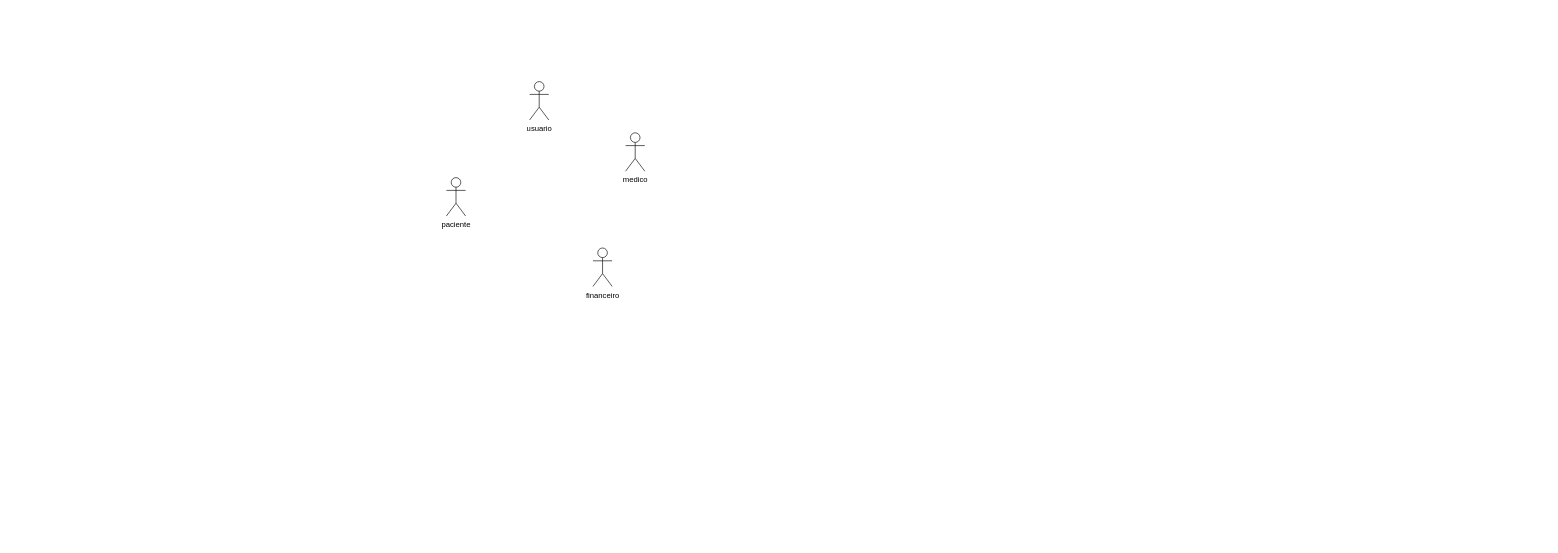
Before: Diagrama sem nome.drawio in eCsmDv/eduardomarques, a draw.io diagram. Source tidied: cells renumbered, new cells numbered last; positions are measured from the earlier drawing's top-left corner, leaving out a move shared by most shapes. Both pictures are drawn from the tidied source at 64%, with x=0, y=0 at pixel (446, 81).
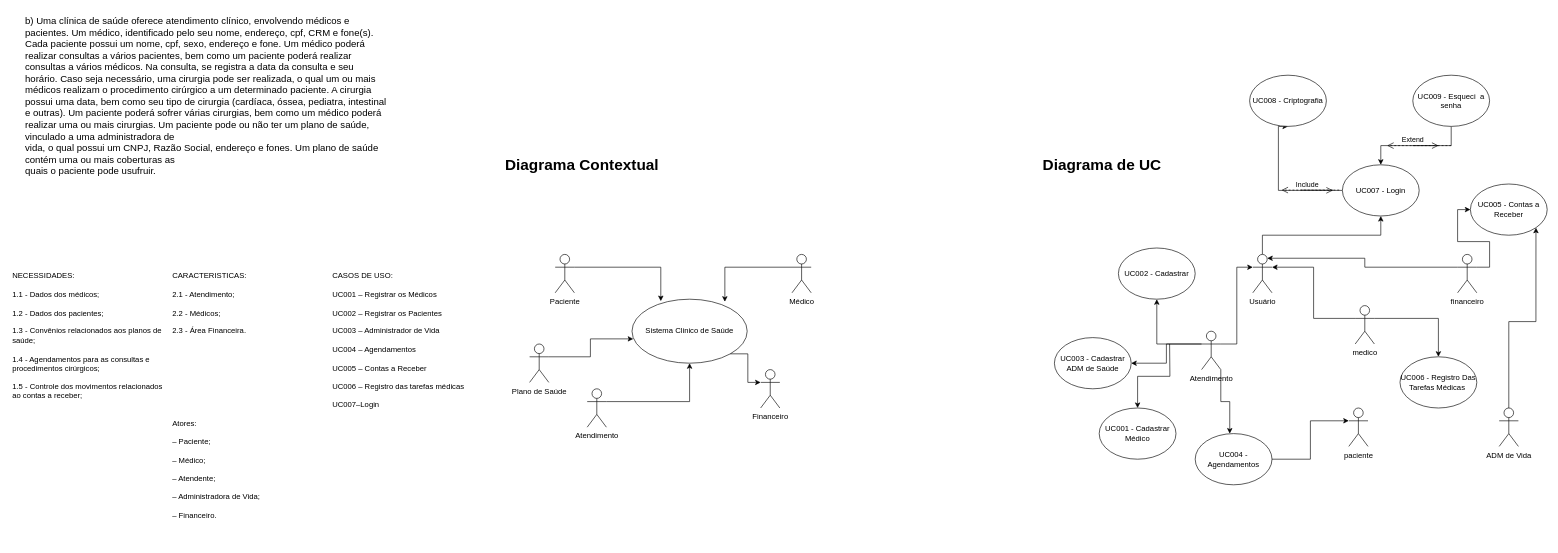
Above is the later version.

Change to the diagram source:
```diff
@@
+    <mxCell id="6" style="edgeStyle=orthogonalEdgeStyle;rounded=0;jettySize=auto;html=1;exitX=0.5;exitY=0;exitDx=0;exitDy=0;exitPerimeter=0;entryX=0.5;entryY=1;entryDx=0;entryDy=0;" parent="1" edge="1" source="2" target="17">
+      <mxGeometry relative="1" as="geometry" />
+    </mxCell>
-    <mxCell id="2" value="usuario" style="shape=umlActor;verticalLabelPosition=bottom;verticalAlign=top;html=1;outlineConnect=0;" parent="1" vertex="1">
-      <mxGeometry x="130" width="30" height="60" as="geometry" />
+    <mxCell id="2" value="Usuário&lt;div&gt;&lt;br&gt;&lt;/div&gt;" style="shape=umlActor;verticalLabelPosition=bottom;verticalAlign=top;html=1;outlineConnect=0;" parent="1" vertex="1">
+      <mxGeometry x="1260" y="270" width="30" height="60" as="geometry" />
     </mxCell>
+    <mxCell id="7" style="edgeStyle=orthogonalEdgeStyle;rounded=0;jettySize=auto;html=1;exitX=1;exitY=0.3333333333333333;exitDx=0;exitDy=0;exitPerimeter=0;" parent="1" edge="1" source="3" target="38">
+      <mxGeometry relative="1" as="geometry" />
+    </mxCell>
     <mxCell id="3" value="medico&lt;div&gt;&lt;br&gt;&lt;/div&gt;" style="shape=umlActor;verticalLabelPosition=bottom;verticalAlign=top;html=1;outlineConnect=0;" parent="1" vertex="1">
-      <mxGeometry x="280" y="80" width="30" height="60" as="geometry" />
+      <mxGeometry x="1420" y="350" width="30" height="60" as="geometry" />
     </mxCell>
     <mxCell id="4" value="paciente&lt;div&gt;&lt;br&gt;&lt;/div&gt;&lt;div&gt;&lt;br&gt;&lt;/div&gt;" style="shape=umlActor;verticalLabelPosition=bottom;verticalAlign=top;html=1;outlineConnect=0;" parent="1" vertex="1">
-      <mxGeometry y="150" width="30" height="60" as="geometry" />
+      <mxGeometry x="1410" y="510" width="30" height="60" as="geometry" />
     </mxCell>
+    <mxCell id="8" style="edgeStyle=orthogonalEdgeStyle;rounded=0;jettySize=auto;html=1;exitX=1;exitY=0.3333333333333333;exitDx=0;exitDy=0;exitPerimeter=0;entryX=0;entryY=0.5;entryDx=0;entryDy=0;" parent="1" edge="1" source="5" target="39">
+      <mxGeometry relative="1" as="geometry" />
+    </mxCell>
     <mxCell id="5" value="financeiro&lt;div&gt;&lt;br&gt;&lt;/div&gt;" style="shape=umlActor;verticalLabelPosition=bottom;verticalAlign=top;html=1;outlineConnect=0;" parent="1" vertex="1">
-      <mxGeometry x="229" y="260" width="30" height="60" as="geometry" />
+      <mxGeometry x="1580" y="270" width="30" height="60" as="geometry" />
     </mxCell>
+    <mxCell id="9" value="&lt;font style=&quot;font-size: 15px;&quot;&gt;b) Uma clínica de saúde oferece atendimento clínico, envolvendo médicos e&lt;br&gt;pacientes. Um médico, identificado pelo seu nome, endereço, cpf, CRM e fone(s).&lt;br&gt;Cada paciente possui um nome, cpf, sexo, endereço e fone. Um médico poderá&lt;br&gt;realizar consultas a vários pacientes, bem como um paciente poderá realizar&lt;br&gt;consultas a vários médicos. Na consulta, se registra a data da consulta e seu&lt;br&gt;horário. Caso seja necessário, uma cirurgia pode ser realizada, o qual um ou mais&lt;br&gt;médicos realizam o procedimento cirúrgico a um determinado paciente. A cirurgia&lt;br&gt;possui uma data, bem como seu tipo de cirurgia (cardíaca, óssea, pediatra, intestinal&lt;br&gt;e outras). Um paciente poderá sofrer várias cirurgias, bem como um médico poderá&lt;br&gt;realizar uma ou mais cirurgias. Um paciente pode ou não ter um plano de saúde, vinculado a uma administradora de&lt;br&gt;vida, o qual possui um CNPJ, Razão Social, endereço e fones. Um plano de saúde contém uma ou mais coberturas as&lt;br&gt;quais o paciente pode usufruir.&lt;/font&gt;" style="text;whiteSpace=wrap;html=1;" parent="1" vertex="1">
+      <mxGeometry x="-660" y="-110" width="604" height="280" as="geometry" />
+    </mxCell>
+    <mxCell id="10" value="&lt;div&gt;CASOS DE USO:&lt;/div&gt;&lt;div&gt;&lt;br&gt;&lt;/div&gt;UC001 – Registrar os Médicos&lt;div&gt;&lt;br&gt;UC002 – Registrar os Pacientes&lt;/div&gt;&lt;div&gt;&lt;br&gt;UC003 – Administrador de Vida&lt;/div&gt;&lt;div&gt;&lt;br&gt;&lt;/div&gt;&lt;div&gt;UC004 – Agendamentos&lt;/div&gt;&lt;div&gt;&lt;br&gt;&lt;/div&gt;&lt;div&gt;UC005 – Contas a Receber&lt;div&gt;&lt;br&gt;&lt;div&gt;UC006 – Registro das tarefas médicas&lt;/div&gt;&lt;div&gt;&lt;span style=&quot;background-color: initial;&quot;&gt;&lt;br&gt;&lt;/span&gt;&lt;/div&gt;&lt;div&gt;&lt;span style=&quot;background-color: initial;&quot;&gt;UC007–Login&lt;/span&gt;&lt;/div&gt;&lt;div&gt;&lt;br&gt;&lt;/div&gt;&lt;/div&gt;&lt;/div&gt;&lt;div&gt;&lt;br&gt;&lt;/div&gt;" style="text;whiteSpace=wrap;html=1;" parent="1" vertex="1">
+      <mxGeometry x="-180" y="290" width="230" height="240" as="geometry" />
+    </mxCell>
+    <mxCell id="11" value="&lt;div&gt;CARACTERISTICAS:&lt;/div&gt;&lt;div&gt;&lt;br&gt;&lt;/div&gt;2.1 - Atendimento;&lt;div&gt;&lt;br&gt;&lt;div&gt;2.2 - Médicos;&lt;/div&gt;&lt;div&gt;&lt;br&gt;&lt;/div&gt;&lt;div&gt;2.3 - Área Financeira.&lt;/div&gt;&lt;/div&gt;" style="text;whiteSpace=wrap;html=1;" parent="1" vertex="1">
+      <mxGeometry x="-430" y="290" width="240" height="230" as="geometry" />
+    </mxCell>
+    <mxCell id="12" value="&lt;div&gt;NECESSIDADES:&lt;/div&gt;&lt;div&gt;&lt;br&gt;&lt;/div&gt;1.1 - Dados dos médicos;&amp;nbsp;&lt;div&gt;&amp;nbsp;&lt;div&gt;1.2 - Dados dos pacientes;&lt;/div&gt;&lt;div&gt;&lt;br&gt;&lt;/div&gt;&lt;div&gt;1.3 - Convênios relacionados aos planos de saúde;&lt;/div&gt;&lt;div&gt;&amp;nbsp;&lt;/div&gt;&lt;div&gt;1.4 - Agendamentos para as consultas e procedimentos cirúrgicos;&lt;/div&gt;&lt;div&gt;&lt;br&gt;&lt;/div&gt;&lt;div&gt;1.5 - Controle dos movimentos relacionados ao contas a receber;&lt;br&gt;&lt;/div&gt;&lt;/div&gt;" style="text;whiteSpace=wrap;html=1;" parent="1" vertex="1">
+      <mxGeometry x="-680" y="290" width="240" height="240" as="geometry" />
+    </mxCell>
+    <mxCell id="13" value="Atores:&#10;&#10;– Paciente;&#10;&#10;– Médico;&#10;&#10;– Atendente;&#10;&#10;– Administradora de Vida;&#10;&#10;– Financeiro." style="text;whiteSpace=wrap;" parent="1" vertex="1">
+      <mxGeometry x="-430" y="520" width="240" height="200" as="geometry" />
+    </mxCell>
+    <mxCell id="14" value="&lt;h1 style=&quot;margin-top: 0px;&quot;&gt;Diagrama Contextual&amp;nbsp;&lt;/h1&gt;" style="text;html=1;whiteSpace=wrap;overflow=hidden;rounded=0;" parent="1" vertex="1">
+      <mxGeometry x="90" y="110" width="250" height="40" as="geometry" />
+    </mxCell>
+    <mxCell id="15" value="&lt;h1 style=&quot;margin-top: 0px;&quot;&gt;Diagrama de UC&lt;/h1&gt;" style="text;html=1;whiteSpace=wrap;overflow=hidden;rounded=0;" parent="1" vertex="1">
+      <mxGeometry x="930" y="110" width="250" height="40" as="geometry" />
+    </mxCell>
+    <mxCell id="16" style="edgeStyle=orthogonalEdgeStyle;rounded=0;jettySize=auto;html=1;exitX=0;exitY=0.5;exitDx=0;exitDy=0;entryX=0.5;entryY=1;entryDx=0;entryDy=0;" parent="1" edge="1" source="17" target="18">
+      <mxGeometry relative="1" as="geometry">
+        <Array as="points">
+          <mxPoint x="1300" y="170" />
+          <mxPoint x="1300" y="70" />
+        </Array>
+      </mxGeometry>
+    </mxCell>
+    <mxCell id="17" value="UC007 - Login" style="ellipse;whiteSpace=wrap;html=1;" parent="1" vertex="1">
+      <mxGeometry x="1400" y="130" width="120" height="80" as="geometry" />
+    </mxCell>
+    <mxCell id="18" value="UC008 - Criptografia" style="ellipse;whiteSpace=wrap;html=1;" parent="1" vertex="1">
+      <mxGeometry x="1255" y="-10" width="120" height="80" as="geometry" />
+    </mxCell>
+    <mxCell id="19" style="edgeStyle=orthogonalEdgeStyle;rounded=0;jettySize=auto;html=1;exitX=0.5;exitY=1;exitDx=0;exitDy=0;entryX=0.5;entryY=0;entryDx=0;entryDy=0;" parent="1" edge="1" source="20" target="17">
+      <mxGeometry relative="1" as="geometry" />
+    </mxCell>
+    <mxCell id="20" value="UC009 - Esqueci&amp;nbsp; a senha" style="ellipse;whiteSpace=wrap;html=1;" parent="1" vertex="1">
+      <mxGeometry x="1510" y="-10" width="120" height="80" as="geometry" />
+    </mxCell>
+    <mxCell id="21" value="Extend" style="html=1;verticalAlign=bottom;endArrow=open;dashed=1;endSize=8;curved=0;rounded=0;" parent="1" edge="1">
+      <mxGeometry relative="1" as="geometry">
+        <mxPoint x="1550" y="100" as="sourcePoint" />
+        <mxPoint x="1470" y="100" as="targetPoint" />
+      </mxGeometry>
+    </mxCell>
+    <mxCell id="22" style="html=1;verticalAlign=bottom;endArrow=open;dashed=1;endSize=8;curved=0;rounded=0;" parent="1" edge="1">
+      <mxGeometry relative="1" as="geometry">
+        <mxPoint x="1570" y="100" as="sourcePoint" />
+        <mxPoint x="1550" y="100" as="targetPoint" />
+        <Array as="points">
+          <mxPoint x="1560" y="100" />
+          <mxPoint x="1510" y="100" />
+        </Array>
+      </mxGeometry>
+    </mxCell>
+    <mxCell id="23" value="Include" style="html=1;verticalAlign=bottom;endArrow=open;dashed=1;endSize=8;curved=0;rounded=0;" parent="1" edge="1">
+      <mxGeometry relative="1" as="geometry">
+        <mxPoint x="1385" y="169.5" as="sourcePoint" />
+        <mxPoint x="1305" y="169.5" as="targetPoint" />
+      </mxGeometry>
+    </mxCell>
+    <mxCell id="24" style="html=1;verticalAlign=bottom;endArrow=open;dashed=1;endSize=8;curved=0;rounded=0;" parent="1" edge="1">
+      <mxGeometry relative="1" as="geometry">
+        <mxPoint x="1395" y="169.5" as="sourcePoint" />
+        <mxPoint x="1385" y="170" as="targetPoint" />
+        <Array as="points">
+          <mxPoint x="1385" y="169.5" />
+          <mxPoint x="1335" y="169.5" />
+        </Array>
+      </mxGeometry>
+    </mxCell>
+    <mxCell id="25" style="edgeStyle=orthogonalEdgeStyle;rounded=0;jettySize=auto;html=1;exitX=0;exitY=0.3333333333333333;exitDx=0;exitDy=0;exitPerimeter=0;entryX=1;entryY=0.3333333333333333;entryDx=0;entryDy=0;entryPerimeter=0;" parent="1" edge="1" source="3" target="2">
+      <mxGeometry relative="1" as="geometry" />
+    </mxCell>
+    <mxCell id="26" style="edgeStyle=orthogonalEdgeStyle;rounded=0;jettySize=auto;html=1;exitX=0;exitY=0.3333333333333333;exitDx=0;exitDy=0;exitPerimeter=0;entryX=0.75;entryY=0.1;entryDx=0;entryDy=0;entryPerimeter=0;" parent="1" edge="1" source="5" target="2">
+      <mxGeometry relative="1" as="geometry" />
+    </mxCell>
+    <mxCell id="27" style="edgeStyle=orthogonalEdgeStyle;rounded=0;jettySize=auto;html=1;exitX=0;exitY=0.3333333333333333;exitDx=0;exitDy=0;exitPerimeter=0;entryX=1;entryY=0.5;entryDx=0;entryDy=0;" parent="1" edge="1" source="30" target="33">
+      <mxGeometry relative="1" as="geometry" />
+    </mxCell>
+    <mxCell id="28" style="edgeStyle=orthogonalEdgeStyle;rounded=0;jettySize=auto;html=1;exitX=0;exitY=0.3333333333333333;exitDx=0;exitDy=0;exitPerimeter=0;" parent="1" edge="1" source="30" target="34">
+      <mxGeometry relative="1" as="geometry" />
+    </mxCell>
+    <mxCell id="29" style="edgeStyle=orthogonalEdgeStyle;rounded=0;jettySize=auto;html=1;" parent="1" edge="1" target="32">
+      <mxGeometry relative="1" as="geometry">
+        <mxPoint x="1130" y="410" as="sourcePoint" />
+      </mxGeometry>
+    </mxCell>
+    <mxCell id="30" value="Atendimento" style="shape=umlActor;verticalLabelPosition=bottom;verticalAlign=top;html=1;outlineConnect=0;" parent="1" vertex="1">
+      <mxGeometry x="1180" y="390" width="30" height="60" as="geometry" />
+    </mxCell>
+    <mxCell id="31" style="edgeStyle=orthogonalEdgeStyle;rounded=0;jettySize=auto;html=1;exitX=1;exitY=0.3333333333333333;exitDx=0;exitDy=0;exitPerimeter=0;entryX=0;entryY=0.3333333333333333;entryDx=0;entryDy=0;entryPerimeter=0;" parent="1" edge="1" source="30" target="2">
+      <mxGeometry relative="1" as="geometry" />
+    </mxCell>
+    <mxCell id="32" value="UC001 - Cadastrar Médico" style="ellipse;whiteSpace=wrap;html=1;" parent="1" vertex="1">
+      <mxGeometry x="1020" y="510" width="120" height="80" as="geometry" />
+    </mxCell>
+    <mxCell id="33" value="UC003 - Cadastrar ADM de Saúde" style="ellipse;whiteSpace=wrap;html=1;" parent="1" vertex="1">
+      <mxGeometry x="950" y="400" width="120" height="80" as="geometry" />
+    </mxCell>
+    <mxCell id="34" value="UC002 - Cadastrar" style="ellipse;whiteSpace=wrap;html=1;" parent="1" vertex="1">
+      <mxGeometry x="1050" y="260" width="120" height="80" as="geometry" />
+    </mxCell>
+    <mxCell id="35" value="UC004 - Agendamentos" style="ellipse;whiteSpace=wrap;html=1;" parent="1" vertex="1">
+      <mxGeometry x="1170" y="550" width="120" height="80" as="geometry" />
+    </mxCell>
+    <mxCell id="36" style="edgeStyle=orthogonalEdgeStyle;rounded=0;jettySize=auto;html=1;exitX=1;exitY=1;exitDx=0;exitDy=0;exitPerimeter=0;entryX=0.45;entryY=0;entryDx=0;entryDy=0;entryPerimeter=0;" parent="1" edge="1" source="30" target="35">
+      <mxGeometry relative="1" as="geometry" />
+    </mxCell>
+    <mxCell id="37" style="edgeStyle=orthogonalEdgeStyle;rounded=0;jettySize=auto;html=1;exitX=1;exitY=0.5;exitDx=0;exitDy=0;entryX=0;entryY=0.3333333333333333;entryDx=0;entryDy=0;entryPerimeter=0;" parent="1" edge="1" source="35" target="4">
+      <mxGeometry relative="1" as="geometry" />
+    </mxCell>
+    <mxCell id="38" value="UC006 - Registro Das Tarefas Médicas&amp;nbsp;" style="ellipse;whiteSpace=wrap;html=1;" parent="1" vertex="1">
+      <mxGeometry x="1490" y="430" width="120" height="80" as="geometry" />
+    </mxCell>
+    <mxCell id="39" value="UC005 - Contas a Receber" style="ellipse;whiteSpace=wrap;html=1;" parent="1" vertex="1">
+      <mxGeometry x="1600" y="160" width="120" height="80" as="geometry" />
+    </mxCell>
+    <mxCell id="40" style="edgeStyle=orthogonalEdgeStyle;rounded=0;jettySize=auto;html=1;exitX=0.5;exitY=0;exitDx=0;exitDy=0;exitPerimeter=0;entryX=1;entryY=1;entryDx=0;entryDy=0;" parent="1" edge="1" source="41" target="39">
+      <mxGeometry relative="1" as="geometry" />
+    </mxCell>
+    <mxCell id="41" value="ADM de Vida" style="shape=umlActor;verticalLabelPosition=bottom;verticalAlign=top;html=1;outlineConnect=0;" parent="1" vertex="1">
+      <mxGeometry x="1645" y="510" width="30" height="60" as="geometry" />
+    </mxCell>
+    <mxCell id="42" value="Sistema Clinico de Saúde" style="ellipse;whiteSpace=wrap;html=1;" parent="1" vertex="1">
+      <mxGeometry x="290" y="340" width="180" height="100" as="geometry" />
+    </mxCell>
+    <mxCell id="43" value="Paciente" style="shape=umlActor;verticalLabelPosition=bottom;verticalAlign=top;html=1;outlineConnect=0;" parent="1" vertex="1">
+      <mxGeometry x="170" y="270" width="30" height="60" as="geometry" />
+    </mxCell>
+    <mxCell id="44" value="&lt;div&gt;Financeiro&lt;/div&gt;" style="shape=umlActor;verticalLabelPosition=bottom;verticalAlign=top;html=1;outlineConnect=0;" parent="1" vertex="1">
+      <mxGeometry x="491" y="450" width="30" height="60" as="geometry" />
+    </mxCell>
+    <mxCell id="45" value="Plano de Saúde" style="shape=umlActor;verticalLabelPosition=bottom;verticalAlign=top;html=1;outlineConnect=0;" parent="1" vertex="1">
+      <mxGeometry x="130" y="410" width="30" height="60" as="geometry" />
+    </mxCell>
+    <mxCell id="46" value="Médico" style="shape=umlActor;verticalLabelPosition=bottom;verticalAlign=top;html=1;outlineConnect=0;" parent="1" vertex="1">
+      <mxGeometry x="540" y="270" width="30" height="60" as="geometry" />
+    </mxCell>
+    <mxCell id="47" style="edgeStyle=orthogonalEdgeStyle;rounded=0;jettySize=auto;html=1;exitX=1;exitY=0.3333333333333333;exitDx=0;exitDy=0;exitPerimeter=0;entryX=0.5;entryY=1;entryDx=0;entryDy=0;" parent="1" edge="1" source="48" target="42">
+      <mxGeometry relative="1" as="geometry" />
+    </mxCell>
+    <mxCell id="48" value="Atendimento" style="shape=umlActor;verticalLabelPosition=bottom;verticalAlign=top;html=1;outlineConnect=0;" parent="1" vertex="1">
+      <mxGeometry x="220" y="480" width="30" height="60" as="geometry" />
+    </mxCell>
+    <mxCell id="49" style="edgeStyle=orthogonalEdgeStyle;rounded=0;jettySize=auto;html=1;exitX=1;exitY=0.3333333333333333;exitDx=0;exitDy=0;exitPerimeter=0;entryX=0.25;entryY=0.03;entryDx=0;entryDy=0;entryPerimeter=0;" parent="1" edge="1" source="43" target="42">
+      <mxGeometry relative="1" as="geometry" />
+    </mxCell>
+    <mxCell id="50" style="edgeStyle=orthogonalEdgeStyle;rounded=0;jettySize=auto;html=1;exitX=1;exitY=0.3333333333333333;exitDx=0;exitDy=0;exitPerimeter=0;entryX=0.011;entryY=0.62;entryDx=0;entryDy=0;entryPerimeter=0;" parent="1" edge="1" source="45" target="42">
+      <mxGeometry relative="1" as="geometry" />
+    </mxCell>
+    <mxCell id="51" style="edgeStyle=orthogonalEdgeStyle;rounded=0;jettySize=auto;html=1;exitX=1;exitY=1;exitDx=0;exitDy=0;entryX=0;entryY=0.3333333333333333;entryDx=0;entryDy=0;entryPerimeter=0;" parent="1" edge="1" source="42" target="44">
+      <mxGeometry relative="1" as="geometry">
+        <Array as="points">
+          <mxPoint x="471" y="425" />
+          <mxPoint x="471" y="470" />
+        </Array>
+      </mxGeometry>
+    </mxCell>
+    <mxCell id="52" style="edgeStyle=orthogonalEdgeStyle;rounded=0;jettySize=auto;html=1;exitX=0;exitY=0.3333333333333333;exitDx=0;exitDy=0;exitPerimeter=0;entryX=0.806;entryY=0.04;entryDx=0;entryDy=0;entryPerimeter=0;" parent="1" edge="1" source="46" target="42">
+      <mxGeometry relative="1" as="geometry" />
+    </mxCell>
```
